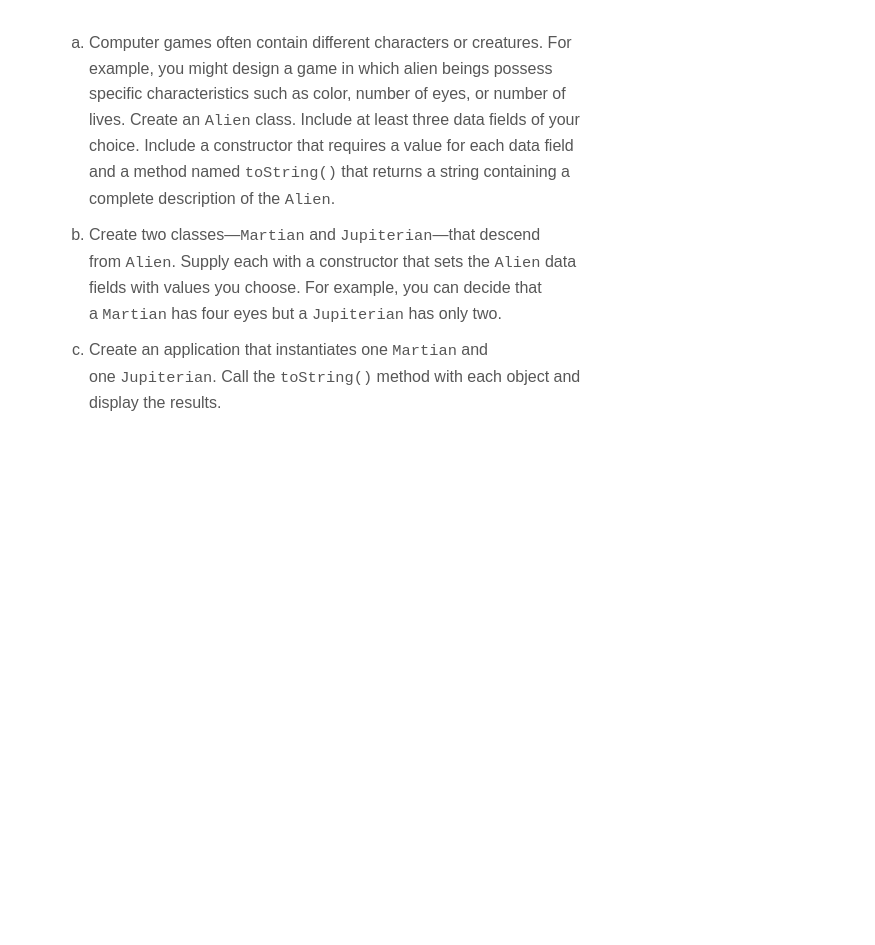
Earlier version of the draw.io diagram Problem Solving/alien.drawio (sweetrellish/python_work1). Source tidied: cells renumbered, new cells numbered last; positions are measured from the earlier drawing's top-left corner, leaving out a move shared by most shapes. Both pictures are drawn from the tidied source at 100%, with x=0, y=0 at pixel (47, 17).
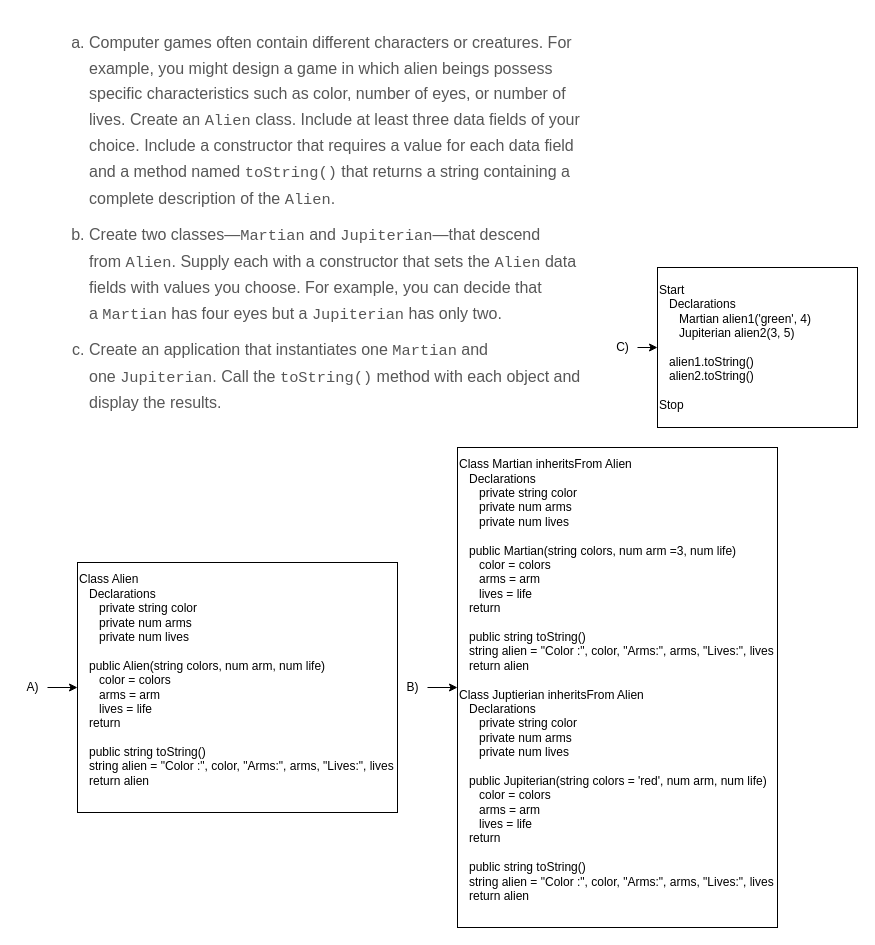
The same page after the edit.

Diff of the diagram source:
```diff
@@
 <mxGraphModel>
   <root>
     <mxCell id="0" />
     <mxCell id="1" parent="0" />
     <mxCell id="2" value="&lt;ol class=&quot;latin&quot; id=&quot;ZVLHJD4BN6UJK7S3J532&quot; style=&quot;box-sizing: border-box; line-height: 1.8; color: rgb(87, 87, 87); padding: 0px 0px 0px 40px; clear: left; margin: 6px 0px; list-style-type: lower-latin; font-size: 16px; font-style: normal; font-weight: 400; letter-spacing: normal; text-align: left; text-indent: 0px; text-transform: none; word-spacing: 0px; background-color: rgb(255, 255, 255);&quot;&gt;&lt;li id=&quot;FVSYKN7028VQ11F0Q734&quot; style=&quot;box-sizing: border-box ; font-family: , &amp;quot;cambria&amp;quot; , &amp;quot;times new roman&amp;quot; , &amp;quot;times&amp;quot; , serif ; line-height: 1.6 ; color: rgb(87 , 87 , 87) ; margin: 0px 0px 10px ; padding: 0px ; list-style: lower-latin&quot;&gt;&lt;p id=&quot;RFHZTXHUUHUAZ1WXX011&quot; style=&quot;box-sizing: border-box ; font-family: , &amp;quot;cambria&amp;quot; , &amp;quot;times new roman&amp;quot; , &amp;quot;times&amp;quot; , serif ; line-height: 1.6 ; color: rgb(87 , 87 , 87) ; margin: 0px ; padding: 0px&quot;&gt;Computer games often contain different characters or creatures. For example, you might design a game in which alien beings possess specific characteristics such as color, number of eyes, or number of lives. Create an&lt;span&gt;&amp;nbsp;&lt;/span&gt;&lt;span class=&quot;monofont&quot; style=&quot;box-sizing: border-box ; font-family: &amp;quot;andale mono&amp;quot; , &amp;quot;courier new&amp;quot; , &amp;quot;courier&amp;quot; ; font-size: 15.36px&quot;&gt;Alien&lt;/span&gt;&lt;span&gt;&amp;nbsp;&lt;/span&gt;class. Include at least three data fields of your choice. Include a constructor that requires a value for each data field and a method named&lt;span&gt;&amp;nbsp;&lt;/span&gt;&lt;span class=&quot;monofont&quot; style=&quot;box-sizing: border-box ; font-family: &amp;quot;andale mono&amp;quot; , &amp;quot;courier new&amp;quot; , &amp;quot;courier&amp;quot; ; font-size: 15.36px&quot;&gt;toString()&lt;/span&gt;&lt;span&gt;&amp;nbsp;&lt;/span&gt;that returns a string containing a complete description of the&lt;span&gt;&amp;nbsp;&lt;/span&gt;&lt;span class=&quot;monofont&quot; style=&quot;box-sizing: border-box ; font-family: &amp;quot;andale mono&amp;quot; , &amp;quot;courier new&amp;quot; , &amp;quot;courier&amp;quot; ; font-size: 15.36px&quot;&gt;Alien&lt;/span&gt;.&lt;/p&gt;&lt;/li&gt;&lt;li id=&quot;EYTMNT38F4W173XMM348&quot; style=&quot;box-sizing: border-box ; font-family: , &amp;quot;cambria&amp;quot; , &amp;quot;times new roman&amp;quot; , &amp;quot;times&amp;quot; , serif ; line-height: 1.6 ; color: rgb(87 , 87 , 87) ; margin: 0px 0px 10px ; padding: 0px ; list-style: lower-latin&quot;&gt;&lt;p id=&quot;BNTYUVX04J4BXEFJR475&quot; style=&quot;box-sizing: border-box ; font-family: , &amp;quot;cambria&amp;quot; , &amp;quot;times new roman&amp;quot; , &amp;quot;times&amp;quot; , serif ; line-height: 1.6 ; color: rgb(87 , 87 , 87) ; margin: 0px ; padding: 0px&quot;&gt;Create two classes—&lt;span class=&quot;monofont&quot; style=&quot;box-sizing: border-box ; font-family: &amp;quot;andale mono&amp;quot; , &amp;quot;courier new&amp;quot; , &amp;quot;courier&amp;quot; ; font-size: 15.36px&quot;&gt;Martian&lt;/span&gt;&lt;span&gt;&amp;nbsp;&lt;/span&gt;and&lt;span&gt;&amp;nbsp;&lt;/span&gt;&lt;span class=&quot;monofont&quot; style=&quot;box-sizing: border-box ; font-family: &amp;quot;andale mono&amp;quot; , &amp;quot;courier new&amp;quot; , &amp;quot;courier&amp;quot; ; font-size: 15.36px&quot;&gt;Jupiterian&lt;/span&gt;—that descend from&lt;span&gt;&amp;nbsp;&lt;/span&gt;&lt;span class=&quot;monofont&quot; style=&quot;box-sizing: border-box ; font-family: &amp;quot;andale mono&amp;quot; , &amp;quot;courier new&amp;quot; , &amp;quot;courier&amp;quot; ; font-size: 15.36px&quot;&gt;Alien&lt;/span&gt;. Supply each with a constructor that sets the&lt;span&gt;&amp;nbsp;&lt;/span&gt;&lt;span class=&quot;monofont&quot; style=&quot;box-sizing: border-box ; font-family: &amp;quot;andale mono&amp;quot; , &amp;quot;courier new&amp;quot; , &amp;quot;courier&amp;quot; ; font-size: 15.36px&quot;&gt;Alien&lt;/span&gt;&lt;span&gt;&amp;nbsp;&lt;/span&gt;data fields with values you choose. For example, you can decide that a&lt;span&gt;&amp;nbsp;&lt;/span&gt;&lt;span class=&quot;monofont&quot; style=&quot;box-sizing: border-box ; font-family: &amp;quot;andale mono&amp;quot; , &amp;quot;courier new&amp;quot; , &amp;quot;courier&amp;quot; ; font-size: 15.36px&quot;&gt;Martian&lt;/span&gt;&lt;span&gt;&amp;nbsp;&lt;/span&gt;has four eyes but a&lt;span&gt;&amp;nbsp;&lt;/span&gt;&lt;span class=&quot;monofont&quot; style=&quot;box-sizing: border-box ; font-family: &amp;quot;andale mono&amp;quot; , &amp;quot;courier new&amp;quot; , &amp;quot;courier&amp;quot; ; font-size: 15.36px&quot;&gt;Jupiterian&lt;/span&gt;&lt;span&gt;&amp;nbsp;&lt;/span&gt;has only two.&lt;/p&gt;&lt;/li&gt;&lt;li id=&quot;MGEHN1TTWA2G2Y6FY408&quot; style=&quot;box-sizing: border-box ; font-family: , &amp;quot;cambria&amp;quot; , &amp;quot;times new roman&amp;quot; , &amp;quot;times&amp;quot; , serif ; line-height: 1.6 ; color: rgb(87 , 87 , 87) ; margin: 0px 0px 10px ; padding: 0px ; list-style: lower-latin&quot;&gt;&lt;p id=&quot;PSSDTB2EUFM41R87Z846&quot; style=&quot;box-sizing: border-box ; font-family: , &amp;quot;cambria&amp;quot; , &amp;quot;times new roman&amp;quot; , &amp;quot;times&amp;quot; , serif ; line-height: 1.6 ; color: rgb(87 , 87 , 87) ; margin: 0px ; padding: 0px&quot;&gt;Create an application that instantiates one&lt;span&gt;&amp;nbsp;&lt;/span&gt;&lt;span class=&quot;monofont&quot; style=&quot;box-sizing: border-box ; font-family: &amp;quot;andale mono&amp;quot; , &amp;quot;courier new&amp;quot; , &amp;quot;courier&amp;quot; ; font-size: 15.36px&quot;&gt;Martian&lt;/span&gt;&lt;span&gt;&amp;nbsp;&lt;/span&gt;and one&lt;span&gt;&amp;nbsp;&lt;/span&gt;&lt;span class=&quot;monofont&quot; style=&quot;box-sizing: border-box ; font-family: &amp;quot;andale mono&amp;quot; , &amp;quot;courier new&amp;quot; , &amp;quot;courier&amp;quot; ; font-size: 15.36px&quot;&gt;Jupiterian&lt;/span&gt;. Call the&lt;span&gt;&amp;nbsp;&lt;/span&gt;&lt;span class=&quot;monofont&quot; style=&quot;box-sizing: border-box ; font-family: &amp;quot;andale mono&amp;quot; , &amp;quot;courier new&amp;quot; , &amp;quot;courier&amp;quot; ; font-size: 15.36px&quot;&gt;toString()&lt;/span&gt;&lt;span&gt;&amp;nbsp;&lt;/span&gt;method with each object and display the results.&lt;/p&gt;&lt;/li&gt;&lt;/ol&gt;" style="text;whiteSpace=wrap;html=1;" parent="1" vertex="1">
       <mxGeometry width="550" height="440" as="geometry" />
     </mxCell>
+    <mxCell id="3" style="edgeStyle=none;html=1;" parent="1" edge="1" source="4" target="5">
+      <mxGeometry relative="1" as="geometry" />
+    </mxCell>
+    <mxCell id="4" value="A)" style="text;html=1;align=center;verticalAlign=middle;points=[];strokeColor=none;fillColor=none;" parent="1" vertex="1">
+      <mxGeometry x="-30" y="660" width="30" height="20" as="geometry" />
+    </mxCell>
+    <mxCell id="5" value="Class Alien&lt;br&gt;&amp;nbsp; &amp;nbsp;Declarations&lt;br&gt;&amp;nbsp; &amp;nbsp; &amp;nbsp; private string color&lt;br&gt;&amp;nbsp; &amp;nbsp; &amp;nbsp; private num arms&lt;br&gt;&amp;nbsp; &amp;nbsp; &amp;nbsp; private num lives&lt;br&gt;&lt;br&gt;&amp;nbsp; &amp;nbsp;public Alien(string colors, num arm, num life)&lt;br&gt;&amp;nbsp; &amp;nbsp; &amp;nbsp; color = colors&lt;br&gt;&amp;nbsp; &amp;nbsp; &amp;nbsp; arms = arm&lt;br&gt;&amp;nbsp; &amp;nbsp; &amp;nbsp; lives = life&lt;br&gt;&amp;nbsp; &amp;nbsp;return&lt;br&gt;&lt;br&gt;&amp;nbsp; &amp;nbsp;public string toString()&lt;br&gt;&amp;nbsp; &amp;nbsp;string alien = &quot;Color :&quot;, color, &quot;Arms:&quot;, arms, &quot;Lives:&quot;, lives&lt;br&gt;&amp;nbsp; &amp;nbsp;return alien&lt;br&gt;&amp;nbsp; &amp;nbsp;" style="whiteSpace=wrap;html=1;align=left;" parent="1" vertex="1">
+      <mxGeometry x="30" y="545" width="320" height="250" as="geometry" />
+    </mxCell>
+    <mxCell id="6" style="edgeStyle=none;html=1;" parent="1" edge="1" source="7" target="8">
+      <mxGeometry relative="1" as="geometry" />
+    </mxCell>
+    <mxCell id="7" value="B)" style="text;html=1;align=center;verticalAlign=middle;points=[];strokeColor=none;fillColor=none;" parent="1" vertex="1">
+      <mxGeometry x="350" y="660" width="30" height="20" as="geometry" />
+    </mxCell>
+    <mxCell id="8" value="Class Martian inheritsFrom Alien&lt;br&gt;&amp;nbsp; &amp;nbsp;Declarations&lt;br&gt;&amp;nbsp; &amp;nbsp; &amp;nbsp; private string color&lt;br&gt;&amp;nbsp; &amp;nbsp; &amp;nbsp; private num arms&lt;br&gt;&amp;nbsp; &amp;nbsp; &amp;nbsp; private num lives&lt;br&gt;&lt;br&gt;&amp;nbsp; &amp;nbsp;public Martian(string colors, num arm =3, num life)&lt;br&gt;&amp;nbsp; &amp;nbsp; &amp;nbsp; color = colors&lt;br&gt;&amp;nbsp; &amp;nbsp; &amp;nbsp; arms = arm&lt;br&gt;&amp;nbsp; &amp;nbsp; &amp;nbsp; lives = life&lt;br&gt;&amp;nbsp; &amp;nbsp;return&lt;br&gt;&lt;br&gt;&amp;nbsp; &amp;nbsp;public string toString()&lt;br&gt;&amp;nbsp; &amp;nbsp;string alien = &quot;Color :&quot;, color, &quot;Arms:&quot;, arms, &quot;Lives:&quot;, lives&lt;br&gt;&amp;nbsp; &amp;nbsp;return alien&lt;br&gt;&lt;br&gt;Class Juptierian inheritsFrom Alien&lt;br&gt;&amp;nbsp; &amp;nbsp;Declarations&lt;br&gt;&amp;nbsp; &amp;nbsp; &amp;nbsp; private string color&lt;br&gt;&amp;nbsp; &amp;nbsp; &amp;nbsp; private num arms&lt;br&gt;&amp;nbsp; &amp;nbsp; &amp;nbsp; private num lives&lt;br&gt;&lt;br&gt;&amp;nbsp; &amp;nbsp;public Jupiterian(string colors = 'red', num arm, num life)&lt;br&gt;&amp;nbsp; &amp;nbsp; &amp;nbsp; color = colors&lt;br&gt;&amp;nbsp; &amp;nbsp; &amp;nbsp; arms = arm&lt;br&gt;&amp;nbsp; &amp;nbsp; &amp;nbsp; lives = life&lt;br&gt;&amp;nbsp; &amp;nbsp;return&lt;br&gt;&lt;br&gt;&amp;nbsp; &amp;nbsp;public string toString()&lt;br&gt;&amp;nbsp; &amp;nbsp;string alien = &quot;Color :&quot;, color, &quot;Arms:&quot;, arms, &quot;Lives:&quot;, lives&lt;br&gt;&amp;nbsp; &amp;nbsp;return alien&lt;br&gt;&amp;nbsp; &amp;nbsp;" style="whiteSpace=wrap;html=1;align=left;" parent="1" vertex="1">
+      <mxGeometry x="410" y="430" width="320" height="480" as="geometry" />
+    </mxCell>
+    <mxCell id="9" style="edgeStyle=none;html=1;" parent="1" edge="1" source="10" target="11">
+      <mxGeometry relative="1" as="geometry" />
+    </mxCell>
+    <mxCell id="10" value="C)" style="text;html=1;align=center;verticalAlign=middle;points=[];strokeColor=none;fillColor=none;" parent="1" vertex="1">
+      <mxGeometry x="560" y="320" width="30" height="20" as="geometry" />
+    </mxCell>
+    <mxCell id="11" value="Start&amp;nbsp;&lt;br&gt;&amp;nbsp; &amp;nbsp;Declarations&amp;nbsp;&lt;br&gt;&amp;nbsp; &amp;nbsp; &amp;nbsp; Martian alien1('green', 4)&lt;br&gt;&amp;nbsp; &amp;nbsp; &amp;nbsp; Jupiterian alien2(3, 5)&lt;br&gt;&lt;br&gt;&amp;nbsp; &amp;nbsp;alien1.toString()&lt;br&gt;&amp;nbsp; &amp;nbsp;alien2.toString()&lt;br&gt;&lt;br&gt;Stop" style="whiteSpace=wrap;html=1;align=left;" parent="1" vertex="1">
+      <mxGeometry x="610" y="250" width="200" height="160" as="geometry" />
+    </mxCell>
   </root>
 </mxGraphModel>
```
